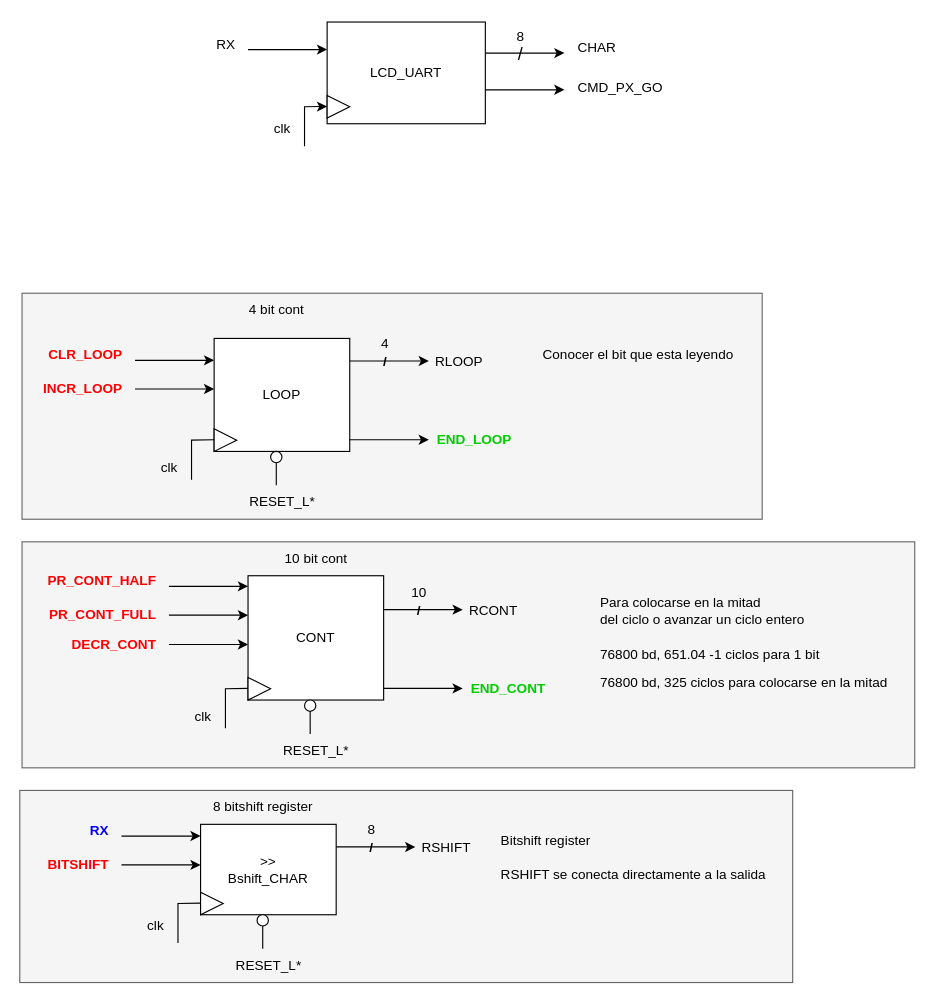
The draw.io diagram DiagramasDisenio/FicherosDrawio/MOD_UART_UP.drawio in DASDNonograma/Nonograma, before the edit. Source tidied: cells renumbered, new cells numbered last; positions are measured from the earlier drawing's top-left corner, leaving out a move shared by most shapes. Both pictures are drawn from the tidied source at 113%, with x=0, y=0 at pixel (19, 19).
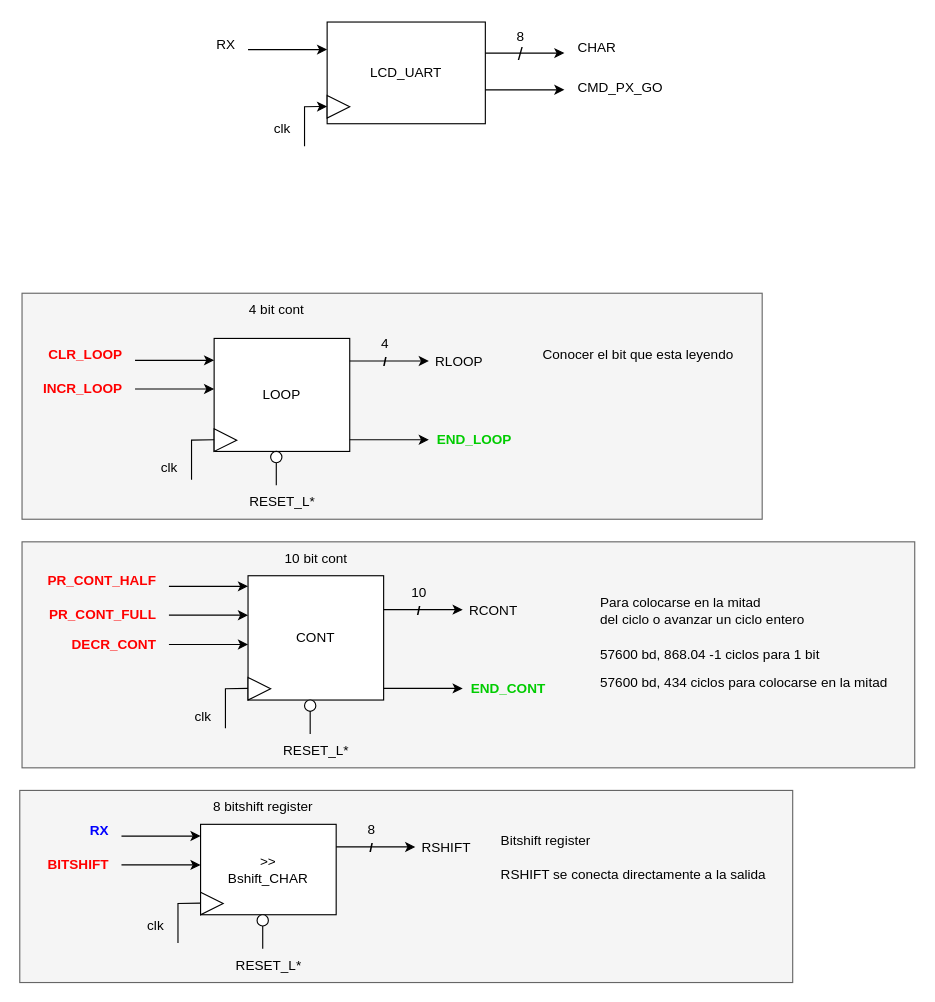
The same diagram, later.

Unchanged cells that the change refers to:
```xml
<mxCell id="33" style="group;fillColor=#f5f5f5;fontColor=#333333;strokeColor=#666666;" parent="1" vertex="1">
  <mxGeometry x="2" y="462" width="790" height="200" as="geometry" />
</mxCell>
```

Change to the diagram source:
```diff
@@
-    <mxCell id="49" value="76800 bd, 651.04 -1 ciclos para 1 bit" style="text;html=1;align=left;verticalAlign=middle;strokeColor=none;fillColor=none;" parent="33" vertex="1">
+    <mxCell id="49" value="57600 bd, 868.04 -1 ciclos para 1 bit" style="text;html=1;align=left;verticalAlign=middle;strokeColor=none;fillColor=none;" parent="33" vertex="1">
       <mxGeometry x="510" y="85" width="220" height="30" as="geometry" />
     </mxCell>
-    <mxCell id="50" value="76800 bd, 325 ciclos para colocarse en la mitad" style="text;html=1;align=left;verticalAlign=middle;strokeColor=none;fillColor=none;" parent="33" vertex="1">
+    <mxCell id="50" value="57600 bd, 434 ciclos para colocarse en la mitad" style="text;html=1;align=left;verticalAlign=middle;strokeColor=none;fillColor=none;" parent="33" vertex="1">
       <mxGeometry x="510" y="110" width="280" height="30" as="geometry" />
     </mxCell>
```
